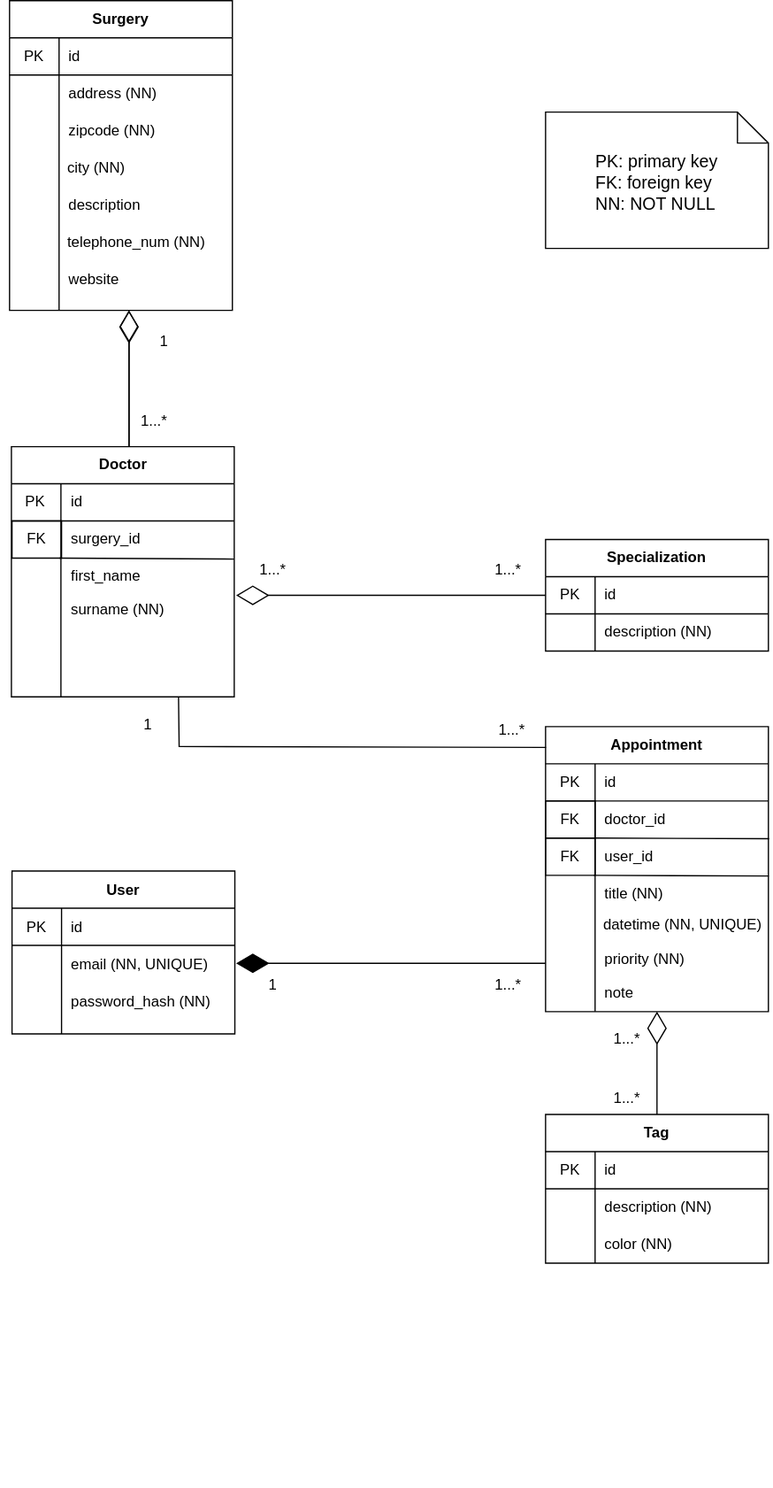
Before: sys-doc/documents/LaTeX/architecture/figures/concepts.drawio.svg, a diagram exported from draw.io (cyberlytics/MedPlanner). Source tidied: cells renumbered, new cells last; positions are measured from the earlier drawing's top-left corner, leaving out a move shared by most shapes.
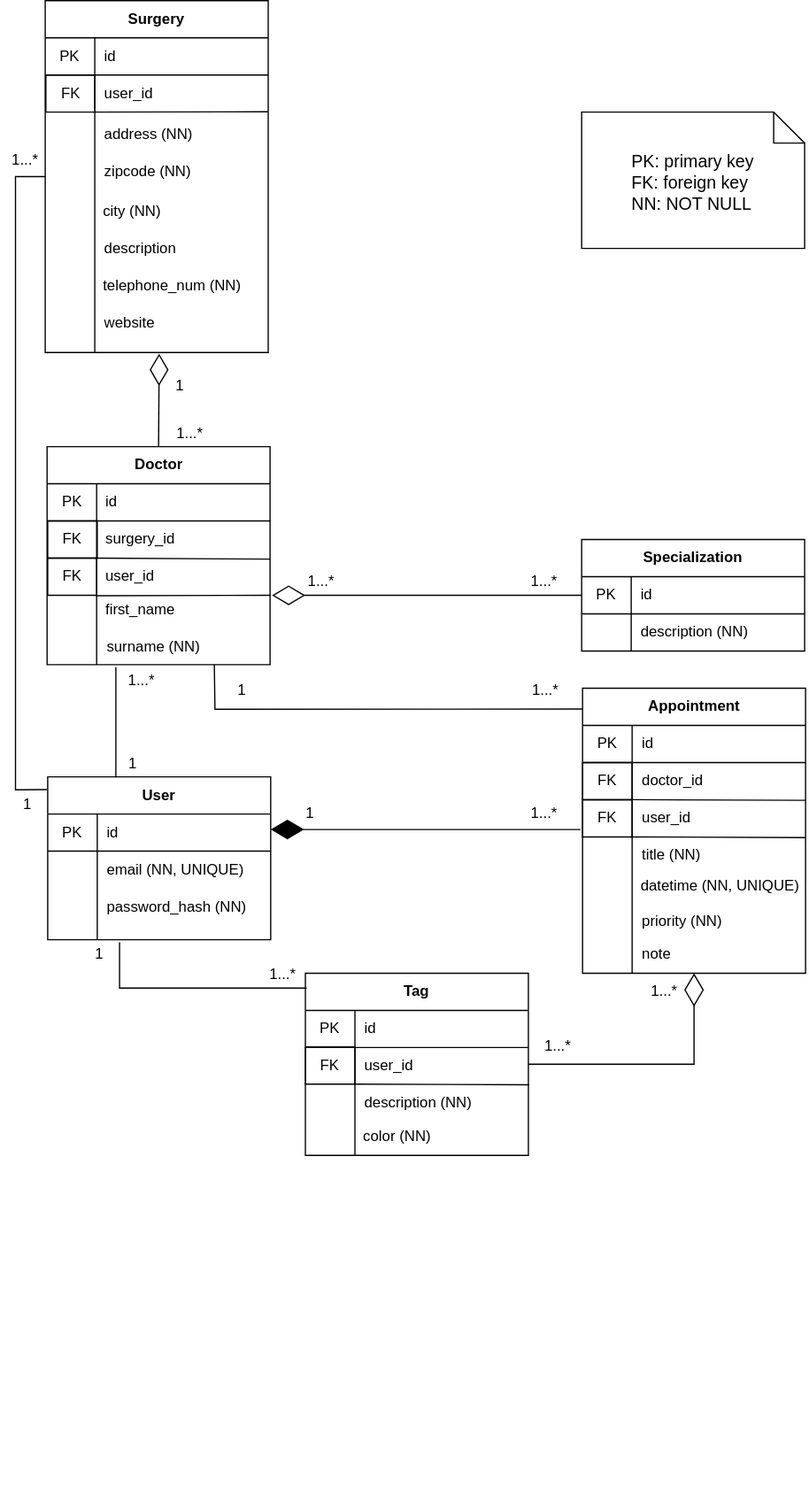
After the commit.

The edit, as a diff of the source:
```diff
@@ -4,15 +4,8 @@
     <mxCell id="1" parent="0" />
-    <mxCell id="2" style="edgeStyle=orthogonalEdgeStyle;rounded=0;orthogonalLoop=1;jettySize=auto;html=1;startArrow=diamondThin;startFill=0;startSize=23;sourcePerimeterSpacing=0;endArrow=none;endFill=0;endSize=24;targetPerimeterSpacing=0;strokeWidth=1;" parent="1" edge="1">
+    <mxCell id="2" style="rounded=0;jettySize=auto;html=1;startArrow=diamondThin;startFill=0;startSize=23;sourcePerimeterSpacing=0;endArrow=none;endFill=0;endSize=24;targetPerimeterSpacing=0;strokeWidth=1;entryX=0.5;entryY=0;entryDx=0;entryDy=0;" parent="1" edge="1" target="27">
       <mxGeometry relative="1" as="geometry">
-        <mxPoint x="103.5" y="250" as="sourcePoint" />
-        <mxPoint x="103.5" y="360" as="targetPoint" />
+        <mxPoint x="99" y="285" as="sourcePoint" />
       </mxGeometry>
     </mxCell>
-    <mxCell id="3" style="edgeStyle=orthogonalEdgeStyle;rounded=0;orthogonalLoop=1;jettySize=auto;html=1;exitX=0.5;exitY=0;exitDx=0;exitDy=0;entryX=0.5;entryY=1;entryDx=0;entryDy=0;endArrow=diamondThin;endFill=0;endSize=24;" parent="1" edge="1">
-      <mxGeometry relative="1" as="geometry">
-        <mxPoint x="103.5" y="360" as="sourcePoint" />
-        <mxPoint x="103.5" y="250" as="targetPoint" />
-      </mxGeometry>
-    </mxCell>
-    <mxCell id="4" style="edgeStyle=orthogonalEdgeStyle;rounded=0;jettySize=auto;html=1;exitX=0.5;exitY=1;exitDx=0;exitDy=0;startArrow=diamondThin;startFill=0;startSize=24;sourcePerimeterSpacing=0;endArrow=none;endFill=0;endSize=24;targetPerimeterSpacing=0;strokeWidth=1;entryX=0.5;entryY=0;entryDx=0;entryDy=0;" parent="1" edge="1" source="58" target="72">
+    <mxCell id="4" style="edgeStyle=orthogonalEdgeStyle;rounded=0;jettySize=auto;html=1;exitX=0.5;exitY=1;exitDx=0;exitDy=0;startArrow=diamondThin;startFill=0;startSize=24;sourcePerimeterSpacing=0;endArrow=none;endFill=0;endSize=24;targetPerimeterSpacing=0;strokeWidth=1;entryX=1;entryY=0.5;entryDx=0;entryDy=0;" parent="1" edge="1" source="58" target="72">
       <mxGeometry relative="1" as="geometry" />
@@ -20,24 +13,24 @@
     <mxCell id="5" value="1" style="text;html=1;strokeColor=none;fillColor=none;align=center;verticalAlign=middle;whiteSpace=wrap;rounded=0;" parent="1" vertex="1">
-      <mxGeometry x="111.5" y="265" width="40" height="20" as="geometry" />
+      <mxGeometry x="95.5" y="301" width="40" height="20" as="geometry" />
     </mxCell>
     <mxCell id="6" value="1...*" style="text;html=1;strokeColor=none;fillColor=none;align=center;verticalAlign=middle;whiteSpace=wrap;rounded=0;" parent="1" vertex="1">
-      <mxGeometry x="104.5" y="330" width="40" height="20" as="geometry" />
+      <mxGeometry x="104" y="340" width="40" height="20" as="geometry" />
     </mxCell>
     <mxCell id="7" value="1...*" style="text;html=1;strokeColor=none;fillColor=none;align=center;verticalAlign=middle;whiteSpace=wrap;rounded=0;" parent="1" vertex="1">
-      <mxGeometry x="200" y="450" width="40" height="20" as="geometry" />
+      <mxGeometry x="65" y="539" width="40" height="20" as="geometry" />
     </mxCell>
     <mxCell id="8" value="1...*" style="text;html=1;strokeColor=none;fillColor=none;align=center;verticalAlign=middle;whiteSpace=wrap;rounded=0;" parent="1" vertex="1">
-      <mxGeometry x="390" y="450" width="40" height="20" as="geometry" />
+      <mxGeometry x="390" y="459" width="40" height="20" as="geometry" />
     </mxCell>
     <mxCell id="9" value="1...*" style="text;html=1;strokeColor=none;fillColor=none;align=center;verticalAlign=middle;whiteSpace=wrap;rounded=0;" parent="1" vertex="1">
-      <mxGeometry x="390" y="785" width="40" height="20" as="geometry" />
+      <mxGeometry x="389.7" y="646" width="40" height="20" as="geometry" />
     </mxCell>
     <mxCell id="10" value="1" style="text;html=1;strokeColor=none;fillColor=none;align=center;verticalAlign=middle;whiteSpace=wrap;rounded=0;" parent="1" vertex="1">
-      <mxGeometry x="200" y="785" width="40" height="20" as="geometry" />
+      <mxGeometry x="200.7" y="646" width="40" height="20" as="geometry" />
     </mxCell>
     <mxCell id="11" value="1...*" style="text;html=1;strokeColor=none;fillColor=none;align=center;verticalAlign=middle;whiteSpace=wrap;rounded=0;" parent="1" vertex="1">
-      <mxGeometry x="486" y="828" width="40" height="20" as="geometry" />
+      <mxGeometry x="486.7" y="790" width="40" height="20" as="geometry" />
     </mxCell>
     <mxCell id="12" value="1...*" style="text;html=1;strokeColor=none;fillColor=none;align=center;verticalAlign=middle;whiteSpace=wrap;rounded=0;" parent="1" vertex="1">
-      <mxGeometry x="486" y="876" width="40" height="20" as="geometry" />
+      <mxGeometry x="400.7" y="834" width="40" height="20" as="geometry" />
     </mxCell>
@@ -47,3 +40,3 @@
     <mxCell id="14" value="Surgery" style="shape=table;html=1;whiteSpace=wrap;startSize=30;rowLines=0;fontStyle=1;align=center;" parent="1" vertex="1">
-      <mxGeometry x="7" width="180" height="250" as="geometry" />
+      <mxGeometry x="7" width="180" height="284" as="geometry" />
     </mxCell>
@@ -64,3 +57,3 @@
     </mxCell>
-    <mxCell id="20" value="address (NN)" style="shape=partialRectangle;html=1;whiteSpace=wrap;fillColor=none;top=0;left=0;bottom=0;right=0;align=left;spacingLeft=6;overflow=hidden;" parent="18" vertex="1">
+    <mxCell id="20" style="shape=partialRectangle;html=1;whiteSpace=wrap;fillColor=none;top=0;left=0;bottom=0;right=0;align=left;spacingLeft=6;overflow=hidden;" parent="18" vertex="1">
       <mxGeometry x="40" width="140" height="30" as="geometry" />
@@ -73,3 +66,3 @@
     </mxCell>
-    <mxCell id="23" value="zipcode (NN)" style="shape=partialRectangle;html=1;whiteSpace=wrap;fillColor=none;top=0;left=0;bottom=0;right=0;align=left;spacingLeft=6;overflow=hidden;" parent="21" vertex="1">
+    <mxCell id="23" style="shape=partialRectangle;html=1;whiteSpace=wrap;fillColor=none;top=0;left=0;bottom=0;right=0;align=left;spacingLeft=6;overflow=hidden;" parent="21" vertex="1">
       <mxGeometry x="40" width="140" height="30" as="geometry" />
@@ -77,12 +70,12 @@
     <mxCell id="24" value="description" style="shape=partialRectangle;html=1;whiteSpace=wrap;fillColor=none;top=0;left=0;bottom=0;right=0;align=left;spacingLeft=6;overflow=hidden;" parent="1" vertex="1">
-      <mxGeometry x="47" y="150" width="140" height="30" as="geometry" />
+      <mxGeometry x="47" y="185" width="140" height="30" as="geometry" />
     </mxCell>
     <mxCell id="25" value="telephone_num (NN)" style="shape=partialRectangle;html=1;whiteSpace=wrap;fillColor=none;top=0;left=0;bottom=0;right=0;align=left;spacingLeft=6;overflow=hidden;" parent="1" vertex="1">
-      <mxGeometry x="45.5" y="180" width="140" height="30" as="geometry" />
+      <mxGeometry x="45.5" y="215" width="140" height="30" as="geometry" />
     </mxCell>
     <mxCell id="26" value="website" style="shape=partialRectangle;html=1;whiteSpace=wrap;fillColor=none;top=0;left=0;bottom=0;right=0;align=left;spacingLeft=6;overflow=hidden;" parent="1" vertex="1">
-      <mxGeometry x="47" y="210" width="140" height="30" as="geometry" />
+      <mxGeometry x="47" y="245" width="140" height="30" as="geometry" />
     </mxCell>
     <mxCell id="27" value="Doctor" style="shape=table;html=1;whiteSpace=wrap;startSize=30;rowLines=0;fontStyle=1;align=center;" parent="1" vertex="1">
-      <mxGeometry x="8.5" y="360" width="180" height="202" as="geometry" />
+      <mxGeometry x="8.5" y="360" width="180" height="176" as="geometry" />
     </mxCell>
@@ -112,3 +105,3 @@
     </mxCell>
-    <mxCell id="36" value="first_name" style="shape=partialRectangle;html=1;whiteSpace=wrap;fillColor=none;top=0;left=0;bottom=0;right=0;align=left;spacingLeft=6;overflow=hidden;" parent="34" vertex="1">
+    <mxCell id="36" value="user_id" style="shape=partialRectangle;html=1;whiteSpace=wrap;fillColor=none;top=0;left=0;bottom=0;right=0;align=left;spacingLeft=6;overflow=hidden;" parent="34" vertex="1">
       <mxGeometry x="40" width="140" height="30" as="geometry" />
@@ -116,3 +109,3 @@
     <mxCell id="37" value="surname (NN)" style="shape=partialRectangle;html=1;whiteSpace=wrap;fillColor=none;top=0;left=0;bottom=0;right=0;align=left;spacingLeft=6;overflow=hidden;" parent="1" vertex="1">
-      <mxGeometry x="48.5" y="477" width="140" height="30" as="geometry" />
+      <mxGeometry x="49" y="507" width="140" height="30" as="geometry" />
     </mxCell>
@@ -154,3 +147,3 @@
     <mxCell id="48" value="User" style="shape=table;html=1;whiteSpace=wrap;startSize=30;rowLines=0;fontStyle=1;align=center;" parent="1" vertex="1">
-      <mxGeometry x="9" y="702.5" width="180" height="131.5" as="geometry" />
+      <mxGeometry x="9" y="626.5" width="180" height="131.5" as="geometry" />
     </mxCell>
@@ -184,3 +177,3 @@
     <mxCell id="58" value="Appointment" style="shape=table;html=1;whiteSpace=wrap;startSize=30;rowLines=0;fontStyle=1;align=center;" parent="1" vertex="1">
-      <mxGeometry x="440" y="586" width="180" height="230" as="geometry" />
+      <mxGeometry x="440.7" y="555" width="180" height="230" as="geometry" />
     </mxCell>
@@ -210,21 +203,21 @@
     <mxCell id="66" value="FK" style="shape=partialRectangle;html=1;whiteSpace=wrap;fillColor=none;top=1;left=1;bottom=1;right=1;overflow=hidden;" parent="1" vertex="1">
-      <mxGeometry x="440" y="646" width="40" height="30" as="geometry" />
+      <mxGeometry x="440.7" y="615" width="40" height="30" as="geometry" />
     </mxCell>
     <mxCell id="67" value="priority (NN)" style="shape=partialRectangle;html=1;whiteSpace=wrap;fillColor=none;top=0;left=0;bottom=0;right=0;align=left;spacingLeft=6;overflow=hidden;" parent="1" vertex="1">
-      <mxGeometry x="480" y="759" width="140" height="30" as="geometry" />
+      <mxGeometry x="480.7" y="728" width="140" height="30" as="geometry" />
     </mxCell>
     <mxCell id="68" value="FK" style="shape=partialRectangle;html=1;whiteSpace=wrap;fillColor=none;top=1;left=1;bottom=1;right=1;overflow=hidden;" parent="1" vertex="1">
-      <mxGeometry x="440" y="676" width="40" height="30" as="geometry" />
+      <mxGeometry x="440.7" y="645" width="40" height="30" as="geometry" />
     </mxCell>
     <mxCell id="69" value="user_id" style="shape=partialRectangle;html=1;whiteSpace=wrap;fillColor=none;top=0;left=0;bottom=0;right=0;align=left;spacingLeft=6;overflow=hidden;" parent="1" vertex="1">
-      <mxGeometry x="480" y="676" width="140" height="30" as="geometry" />
+      <mxGeometry x="480.7" y="645" width="140" height="30" as="geometry" />
     </mxCell>
     <mxCell id="70" value="datetime (NN, UNIQUE)" style="shape=partialRectangle;html=1;whiteSpace=wrap;fillColor=none;top=0;left=0;bottom=0;right=0;align=left;spacingLeft=6;overflow=hidden;" parent="1" vertex="1">
-      <mxGeometry x="479" y="731" width="140" height="30" as="geometry" />
+      <mxGeometry x="479.7" y="700" width="140" height="30" as="geometry" />
     </mxCell>
     <mxCell id="71" value="note" style="shape=partialRectangle;html=1;whiteSpace=wrap;fillColor=none;top=0;left=0;bottom=0;right=0;align=left;spacingLeft=6;overflow=hidden;" parent="1" vertex="1">
-      <mxGeometry x="480" y="786" width="140" height="30" as="geometry" />
+      <mxGeometry x="480.7" y="755" width="140" height="30" as="geometry" />
     </mxCell>
     <mxCell id="72" value="Tag" style="shape=table;html=1;whiteSpace=wrap;startSize=30;rowLines=0;fontStyle=1;align=center;" parent="1" vertex="1">
-      <mxGeometry x="440" y="899" width="180" height="120" as="geometry" />
+      <mxGeometry x="217" y="785" width="180" height="147" as="geometry" />
     </mxCell>
@@ -245,3 +238,3 @@
     </mxCell>
-    <mxCell id="78" value="description (NN)" style="shape=partialRectangle;html=1;whiteSpace=wrap;fillColor=none;top=0;left=0;bottom=0;right=0;align=left;spacingLeft=6;overflow=hidden;" parent="76" vertex="1">
+    <mxCell id="78" value="user_id" style="shape=partialRectangle;html=1;whiteSpace=wrap;fillColor=none;top=0;left=0;bottom=0;right=0;align=left;spacingLeft=6;overflow=hidden;" parent="76" vertex="1">
       <mxGeometry x="40" width="140" height="30" as="geometry" />
@@ -254,3 +247,3 @@
     </mxCell>
-    <mxCell id="81" value="color (NN)" style="shape=partialRectangle;html=1;whiteSpace=wrap;fillColor=none;top=0;left=0;bottom=0;right=0;align=left;spacingLeft=6;overflow=hidden;" parent="79" vertex="1">
+    <mxCell id="81" value="description (NN)" style="shape=partialRectangle;html=1;whiteSpace=wrap;fillColor=none;top=0;left=0;bottom=0;right=0;align=left;spacingLeft=6;overflow=hidden;" parent="79" vertex="1">
       <mxGeometry x="40" width="140" height="30" as="geometry" />
@@ -259,4 +252,4 @@
       <mxGeometry relative="1" as="geometry">
-        <mxPoint x="440" y="777" as="sourcePoint" />
-        <mxPoint x="190" y="777" as="targetPoint" />
+        <mxPoint x="439" y="669" as="sourcePoint" />
+        <mxPoint x="189" y="669" as="targetPoint" />
       </mxGeometry>
@@ -267,6 +260,6 @@
     <mxCell id="84" value="title (NN)" style="shape=partialRectangle;html=1;whiteSpace=wrap;fillColor=none;top=0;left=0;bottom=0;right=0;align=left;spacingLeft=6;overflow=hidden;" parent="1" vertex="1">
-      <mxGeometry x="480" y="706" width="140" height="30" as="geometry" />
+      <mxGeometry x="480.7" y="675" width="140" height="30" as="geometry" />
     </mxCell>
     <mxCell id="85" value="city (NN)" style="shape=partialRectangle;html=1;whiteSpace=wrap;fillColor=none;top=0;left=0;bottom=0;right=0;align=left;spacingLeft=6;overflow=hidden;" parent="1" vertex="1">
-      <mxGeometry x="46.5" y="120" width="140" height="30" as="geometry" />
+      <mxGeometry x="46.5" y="155" width="140" height="30" as="geometry" />
     </mxCell>
@@ -275,3 +268,3 @@
         <Array as="points">
-          <mxPoint x="144" y="602" />
+          <mxPoint x="144" y="572" />
         </Array>
@@ -280,3 +273,3 @@
     <mxCell id="87" value="1...*" style="text;html=1;strokeColor=none;fillColor=none;align=center;verticalAlign=middle;whiteSpace=wrap;rounded=0;" parent="1" vertex="1">
-      <mxGeometry x="393" y="579" width="40" height="20" as="geometry" />
+      <mxGeometry x="390.7" y="547" width="40" height="20" as="geometry" />
     </mxCell>
@@ -286,3 +279,3 @@
     <mxCell id="89" value="1" style="text;html=1;strokeColor=none;fillColor=none;align=center;verticalAlign=middle;whiteSpace=wrap;rounded=0;" parent="1" vertex="1">
-      <mxGeometry x="98.5" y="575" width="40" height="20" as="geometry" />
+      <mxGeometry x="57.5" y="606" width="40" height="20" as="geometry" />
     </mxCell>
@@ -290,6 +283,89 @@
       <mxGeometry relative="1" as="geometry">
-        <mxPoint x="479" y="706" as="sourcePoint" />
-        <mxPoint x="620.3" y="706.5" as="targetPoint" />
+        <mxPoint x="479.7" y="675" as="sourcePoint" />
+        <mxPoint x="621" y="675.5" as="targetPoint" />
       </mxGeometry>
     </mxCell>
+    <mxCell id="91" value="FK" style="shape=partialRectangle;html=1;whiteSpace=wrap;fillColor=none;top=1;left=1;bottom=1;right=1;overflow=hidden;" parent="1" vertex="1">
+      <mxGeometry x="7.5" y="60" width="39.5" height="30" as="geometry" />
+    </mxCell>
+    <mxCell id="92" value="user_id" style="shape=partialRectangle;html=1;whiteSpace=wrap;fillColor=none;top=0;left=0;bottom=0;right=0;align=left;spacingLeft=6;overflow=hidden;" parent="1" vertex="1">
+      <mxGeometry x="47" y="60" width="140" height="30" as="geometry" />
+    </mxCell>
+    <mxCell id="93" value="zipcode (NN)" style="shape=partialRectangle;html=1;whiteSpace=wrap;fillColor=none;top=0;left=0;bottom=0;right=0;align=left;spacingLeft=6;overflow=hidden;" parent="1" vertex="1">
+      <mxGeometry x="47" y="123" width="140" height="30" as="geometry" />
+    </mxCell>
+    <mxCell id="94" value="address (NN)" style="shape=partialRectangle;html=1;whiteSpace=wrap;fillColor=none;top=0;left=0;bottom=0;right=0;align=left;spacingLeft=6;overflow=hidden;" parent="1" vertex="1">
+      <mxGeometry x="47" y="93" width="140" height="30" as="geometry" />
+    </mxCell>
+    <mxCell id="95" style="endArrow=none;html=1;entryX=1.003;entryY=0.982;entryDx=0;entryDy=0;entryPerimeter=0;" parent="1" edge="1">
+      <mxGeometry relative="1" as="geometry">
+        <mxPoint x="46" y="90" as="sourcePoint" />
+        <mxPoint x="186.8" y="89.7" as="targetPoint" />
+      </mxGeometry>
+    </mxCell>
+    <mxCell id="96" value="first_name" style="shape=partialRectangle;html=1;whiteSpace=wrap;fillColor=none;top=0;left=0;bottom=0;right=0;align=left;spacingLeft=6;overflow=hidden;" parent="1" vertex="1">
+      <mxGeometry x="48.5" y="477" width="140" height="30" as="geometry" />
+    </mxCell>
+    <mxCell id="97" value="FK" style="shape=partialRectangle;html=1;whiteSpace=wrap;fillColor=none;top=1;left=1;bottom=1;right=1;overflow=hidden;" parent="1" vertex="1">
+      <mxGeometry x="9" y="450" width="39.5" height="30" as="geometry" />
+    </mxCell>
+    <mxCell id="98" style="endArrow=none;html=1;entryX=1.003;entryY=0.982;entryDx=0;entryDy=0;entryPerimeter=0;" parent="1" edge="1">
+      <mxGeometry relative="1" as="geometry">
+        <mxPoint x="48.1" y="480.3" as="sourcePoint" />
+        <mxPoint x="188.9" y="480" as="targetPoint" />
+      </mxGeometry>
+    </mxCell>
+    <mxCell id="99" value="FK" style="shape=partialRectangle;html=1;whiteSpace=wrap;fillColor=none;top=1;left=1;bottom=1;right=1;overflow=hidden;" parent="1" vertex="1">
+      <mxGeometry x="217" y="844.5" width="40" height="30" as="geometry" />
+    </mxCell>
+    <mxCell id="100" style="endArrow=none;html=1;entryX=1.003;entryY=0.982;entryDx=0;entryDy=0;entryPerimeter=0;exitX=0.218;exitY=0.998;exitDx=0;exitDy=0;exitPerimeter=0;" parent="1" edge="1">
+      <mxGeometry relative="1" as="geometry">
+        <mxPoint x="256.4" y="874.5" as="sourcePoint" />
+        <mxPoint x="397.7" y="875" as="targetPoint" />
+      </mxGeometry>
+    </mxCell>
+    <mxCell id="101" value="color (NN)" style="shape=partialRectangle;html=1;whiteSpace=wrap;fillColor=none;top=0;left=0;bottom=0;right=0;align=left;spacingLeft=6;overflow=hidden;" parent="1" vertex="1">
+      <mxGeometry x="256" y="902" width="140" height="30" as="geometry" />
+    </mxCell>
+    <mxCell id="102" style="endArrow=none;html=1;entryX=0;entryY=0.5;entryDx=0;entryDy=0;exitX=-0.004;exitY=0.078;exitDx=0;exitDy=0;rounded=0;exitPerimeter=0;" parent="1" edge="1" source="48" target="14">
+      <mxGeometry relative="1" as="geometry">
+        <Array as="points">
+          <mxPoint x="-17" y="637" />
+          <mxPoint x="-17" y="142" />
+        </Array>
+      </mxGeometry>
+    </mxCell>
+    <mxCell id="103" value="1" style="text;html=1;strokeColor=none;fillColor=none;align=center;verticalAlign=middle;whiteSpace=wrap;rounded=0;" parent="1" vertex="1">
+      <mxGeometry x="-27" y="639" width="40" height="20" as="geometry" />
+    </mxCell>
+    <mxCell id="104" value="1...*" style="text;html=1;strokeColor=none;fillColor=none;align=center;verticalAlign=middle;whiteSpace=wrap;rounded=0;" parent="1" vertex="1">
+      <mxGeometry x="-29" y="119" width="40" height="20" as="geometry" />
+    </mxCell>
+    <mxCell id="105" style="endArrow=none;html=1;" parent="1" edge="1">
+      <mxGeometry relative="1" as="geometry">
+        <mxPoint x="64" y="627" as="sourcePoint" />
+        <mxPoint x="64" y="538" as="targetPoint" />
+      </mxGeometry>
+    </mxCell>
+    <mxCell id="106" value="1" style="text;html=1;strokeColor=none;fillColor=none;align=center;verticalAlign=middle;whiteSpace=wrap;rounded=0;" parent="1" vertex="1">
+      <mxGeometry x="145.5" y="547" width="40" height="20" as="geometry" />
+    </mxCell>
+    <mxCell id="107" value="1...*" style="text;html=1;strokeColor=none;fillColor=none;align=center;verticalAlign=middle;whiteSpace=wrap;rounded=0;" parent="1" vertex="1">
+      <mxGeometry x="210" y="459" width="40" height="20" as="geometry" />
+    </mxCell>
+    <mxCell id="108" style="endArrow=none;html=1;rounded=0;" parent="1" edge="1">
+      <mxGeometry relative="1" as="geometry">
+        <mxPoint x="218" y="797" as="sourcePoint" />
+        <mxPoint x="67" y="760" as="targetPoint" />
+        <Array as="points">
+          <mxPoint x="67" y="797" />
+        </Array>
+      </mxGeometry>
+    </mxCell>
+    <mxCell id="109" value="1" style="text;html=1;strokeColor=none;fillColor=none;align=center;verticalAlign=middle;whiteSpace=wrap;rounded=0;" parent="1" vertex="1">
+      <mxGeometry x="31" y="760" width="40" height="20" as="geometry" />
+    </mxCell>
+    <mxCell id="110" value="1...*" style="text;html=1;strokeColor=none;fillColor=none;align=center;verticalAlign=middle;whiteSpace=wrap;rounded=0;" parent="1" vertex="1">
+      <mxGeometry x="179" y="776" width="40" height="20" as="geometry" />
+    </mxCell>
   </root>
```
